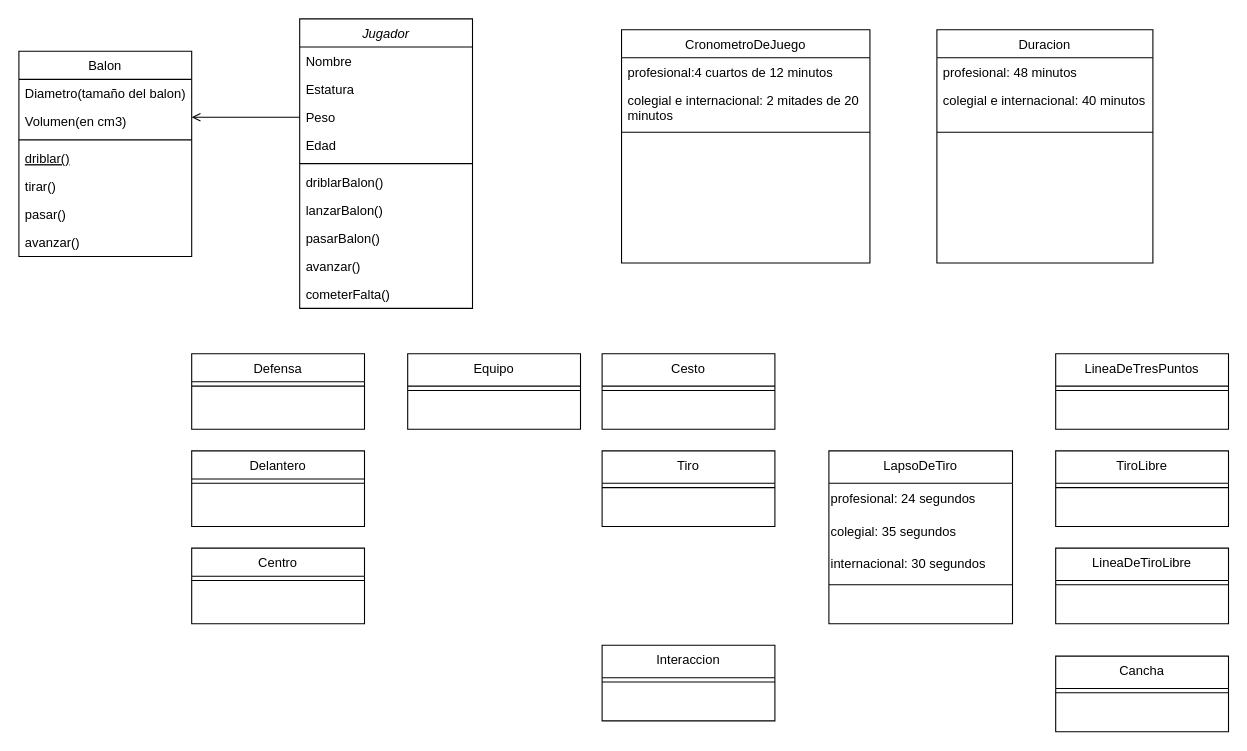
The draw.io diagram EjercicioBaloncesto.drawio in andresseconds/DiagramasUML, before the edit. Source tidied: cells renumbered, new cells numbered last; positions are measured from the earlier drawing's top-left corner, leaving out a move shared by most shapes. Both pictures are drawn from the tidied source at 108%, with x=0, y=0 at pixel (18, 18).
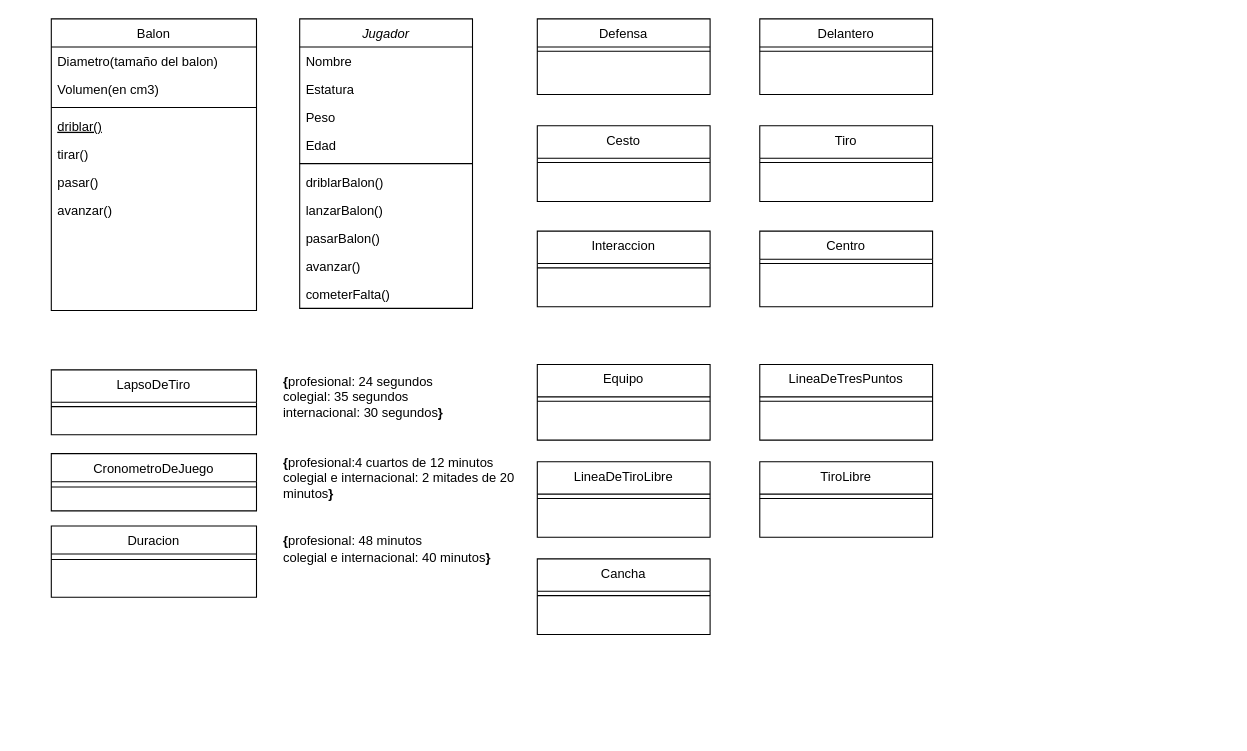
The same diagram, later.

The change refers to these unchanged cells:
```xml
<mxCell id="5" value="Peso" style="text;align=left;verticalAlign=top;spacingLeft=4;spacingRight=4;overflow=hidden;points=[[0,0.5],[1,0.5]];portConstraint=eastwest;rounded=0;shadow=0;html=0;" parent="2" vertex="1">
  <mxGeometry y="78" width="160" height="26" as="geometry" />
</mxCell>
```

What changed in the source:
```diff
@@
     <mxCell id="13" value="Defensa" style="swimlane;fontStyle=0;align=center;verticalAlign=top;horizontal=1;startSize=26;rounded=0;shadow=0;strokeWidth=1;" parent="1" vertex="1">
-      <mxGeometry x="160" y="310" width="160" height="70" as="geometry" />
+      <mxGeometry x="480" width="160" height="70" as="geometry" />
     </mxCell>
@@
     <mxCell id="15" value="Equipo" style="swimlane;fontStyle=0;align=center;verticalAlign=top;horizontal=1;startSize=30;rounded=0;shadow=0;strokeWidth=1;" parent="1" vertex="1">
-      <mxGeometry x="360" y="310" width="160" height="70" as="geometry" />
+      <mxGeometry x="480" y="320" width="160" height="70" as="geometry" />
     </mxCell>
@@
     <mxCell id="17" value="Duracion" style="swimlane;fontStyle=0;align=center;verticalAlign=top;horizontal=1;startSize=26;rounded=0;shadow=0;strokeWidth=1;" parent="1" vertex="1">
-      <mxGeometry x="850" y="10" width="200" height="216" as="geometry" />
+      <mxGeometry x="30" y="469.5" width="190" height="66" as="geometry" />
     </mxCell>
-    <mxCell id="18" value="profesional: 48 minutos" style="text;align=left;verticalAlign=top;spacingLeft=4;spacingRight=4;overflow=hidden;" parent="17" vertex="1">
-      <mxGeometry y="26" width="200" height="26" as="geometry" />
-    </mxCell>
-    <mxCell id="19" value="colegial e internacional: 40 minutos" style="text;align=left;verticalAlign=top;spacingLeft=4;spacingRight=4;overflow=hidden;rounded=0;shadow=0;html=0;" parent="17" vertex="1">
-      <mxGeometry y="52" width="200" height="38" as="geometry" />
-    </mxCell>
     <mxCell id="20" style="line;html=1;strokeWidth=1;align=left;verticalAlign=middle;spacingTop=-1;spacingLeft=3;spacingRight=3;labelPosition=right;" parent="17" vertex="1">
-      <mxGeometry y="90" width="200" height="10" as="geometry" />
+      <mxGeometry y="26" width="190" height="10" as="geometry" />
     </mxCell>
     <mxCell id="21" value="Balon" style="swimlane;fontStyle=0;align=center;verticalAlign=top;horizontal=1;startSize=26;rounded=0;shadow=0;strokeWidth=1;" parent="1" vertex="1">
-      <mxGeometry y="30" width="160" height="190" as="geometry" />
+      <mxGeometry x="30" width="190" height="270" as="geometry" />
     </mxCell>
     <mxCell id="22" value="Diametro(tamaño del balon)" style="text;align=left;verticalAlign=top;spacingLeft=4;spacingRight=4;overflow=hidden;" parent="21" vertex="1">
-      <mxGeometry y="26" width="160" height="26" as="geometry" />
+      <mxGeometry y="26" width="190" height="26" as="geometry" />
     </mxCell>
     <mxCell id="23" value="Volumen(en cm3)" style="text;align=left;verticalAlign=top;spacingLeft=4;spacingRight=4;overflow=hidden;points=[[0,0.5],[1,0.5]];portConstraint=eastwest;rounded=0;shadow=0;html=0;" parent="21" vertex="1">
-      <mxGeometry y="52" width="160" height="26" as="geometry" />
+      <mxGeometry y="52" width="190" height="26" as="geometry" />
     </mxCell>
     <mxCell id="24" style="line;html=1;strokeWidth=1;align=left;verticalAlign=middle;spacingTop=-1;spacingLeft=3;spacingRight=3;labelPosition=right;" parent="21" vertex="1">
-      <mxGeometry y="78" width="160" height="8" as="geometry" />
+      <mxGeometry y="78" width="190" height="8" as="geometry" />
     </mxCell>
     <mxCell id="25" value="driblar()" style="text;align=left;verticalAlign=top;spacingLeft=4;spacingRight=4;overflow=hidden;fontStyle=4;" parent="21" vertex="1">
-      <mxGeometry y="86" width="160" height="26" as="geometry" />
+      <mxGeometry y="86" width="190" height="26" as="geometry" />
     </mxCell>
     <mxCell id="26" value="tirar()" style="text;align=left;verticalAlign=top;spacingLeft=4;spacingRight=4;overflow=hidden;" parent="21" vertex="1">
-      <mxGeometry y="112" width="160" height="26" as="geometry" />
+      <mxGeometry y="112" width="190" height="26" as="geometry" />
     </mxCell>
     <mxCell id="27" value="pasar()" style="text;align=left;verticalAlign=top;spacingLeft=4;spacingRight=4;overflow=hidden;" parent="21" vertex="1">
-      <mxGeometry y="138" width="160" height="26" as="geometry" />
+      <mxGeometry y="138" width="190" height="26" as="geometry" />
     </mxCell>
     <mxCell id="28" value="avanzar()" style="text;align=left;verticalAlign=top;spacingLeft=4;spacingRight=4;overflow=hidden;" parent="21" vertex="1">
-      <mxGeometry y="164" width="160" height="26" as="geometry" />
+      <mxGeometry y="164" width="190" height="26" as="geometry" />
     </mxCell>
-    <mxCell id="29" style="edgeStyle=orthogonalEdgeStyle;rounded=0;jettySize=auto;html=1;entryX=1;entryY=0.346;entryDx=0;entryDy=0;entryPerimeter=0;endArrow=open;endFill=0;targetPerimeterSpacing=0;" parent="1" edge="1" source="5" target="23">
-      <mxGeometry relative="1" as="geometry" />
-    </mxCell>
     <mxCell id="30" value="Cesto" style="swimlane;fontStyle=0;align=center;verticalAlign=top;horizontal=1;startSize=30;rounded=0;shadow=0;strokeWidth=1;" parent="1" vertex="1">
-      <mxGeometry x="540" y="310" width="160" height="70" as="geometry" />
+      <mxGeometry x="480" y="99" width="160" height="70" as="geometry" />
     </mxCell>
@@
     <mxCell id="32" value="Centro" style="swimlane;fontStyle=0;align=center;verticalAlign=top;horizontal=1;startSize=26;rounded=0;shadow=0;strokeWidth=1;" parent="1" vertex="1">
-      <mxGeometry x="160" y="490" width="160" height="70" as="geometry" />
+      <mxGeometry x="686" y="196.5" width="160" height="70" as="geometry" />
     </mxCell>
@@
     <mxCell id="34" value="Delantero" style="swimlane;fontStyle=0;align=center;verticalAlign=top;horizontal=1;startSize=26;rounded=0;shadow=0;strokeWidth=1;" parent="1" vertex="1">
-      <mxGeometry x="160" y="400" width="160" height="70" as="geometry" />
+      <mxGeometry x="686" width="160" height="70" as="geometry" />
     </mxCell>
@@
     <mxCell id="36" value="Tiro" style="swimlane;fontStyle=0;align=center;verticalAlign=top;horizontal=1;startSize=30;rounded=0;shadow=0;strokeWidth=1;" parent="1" vertex="1">
-      <mxGeometry x="540" y="400" width="160" height="70" as="geometry" />
+      <mxGeometry x="686" y="99" width="160" height="70" as="geometry" />
     </mxCell>
@@
     <mxCell id="38" value="Interaccion" style="swimlane;fontStyle=0;align=center;verticalAlign=top;horizontal=1;startSize=30;rounded=0;shadow=0;strokeWidth=1;" parent="1" vertex="1">
-      <mxGeometry x="540" y="580" width="160" height="70" as="geometry" />
+      <mxGeometry x="480" y="196.5" width="160" height="70" as="geometry" />
     </mxCell>
@@
     <mxCell id="40" value="LapsoDeTiro" style="swimlane;fontStyle=0;align=center;verticalAlign=top;horizontal=1;startSize=30;rounded=0;shadow=0;strokeWidth=1;" parent="1" vertex="1">
-      <mxGeometry x="750" y="400" width="170" height="160" as="geometry" />
+      <mxGeometry x="30" y="325" width="190" height="60" as="geometry" />
     </mxCell>
-    <mxCell id="41" value="profesional: 24 segundos" style="text;html=1;align=left;verticalAlign=middle;strokeColor=none;fillColor=none;" parent="40" vertex="1">
-      <mxGeometry y="30" width="170" height="30" as="geometry" />
-    </mxCell>
-    <mxCell id="42" value="colegial: 35 segundos" style="text;html=1;align=left;verticalAlign=middle;strokeColor=none;fillColor=none;" parent="40" vertex="1">
-      <mxGeometry y="60" width="170" height="30" as="geometry" />
-    </mxCell>
-    <mxCell id="43" value="internacional: 30 segundos" style="text;html=1;align=left;verticalAlign=middle;strokeColor=none;fillColor=none;" parent="40" vertex="1">
-      <mxGeometry y="90" width="170" height="30" as="geometry" />
-    </mxCell>
     <mxCell id="44" style="line;html=1;strokeWidth=1;align=left;verticalAlign=middle;spacingTop=-1;spacingLeft=3;spacingRight=3;labelPosition=right;" parent="40" vertex="1">
-      <mxGeometry y="120" width="170" height="8" as="geometry" />
+      <mxGeometry y="30" width="190" height="8" as="geometry" />
     </mxCell>
     <mxCell id="45" value="CronometroDeJuego" style="swimlane;fontStyle=0;align=center;verticalAlign=top;horizontal=1;startSize=26;rounded=0;shadow=0;strokeWidth=1;" parent="1" vertex="1">
-      <mxGeometry x="558" y="10" width="230" height="216" as="geometry" />
+      <mxGeometry x="30" y="402.5" width="190" height="53" as="geometry" />
     </mxCell>
-    <mxCell id="46" value="profesional:4 cuartos de 12 minutos" style="text;align=left;verticalAlign=top;spacingLeft=4;spacingRight=4;overflow=hidden;" parent="45" vertex="1">
-      <mxGeometry y="26" width="230" height="26" as="geometry" />
-    </mxCell>
-    <mxCell id="47" value="colegial e internacional: 2 mitades de 20&#10;minutos" style="text;align=left;verticalAlign=top;spacingLeft=4;spacingRight=4;overflow=hidden;rounded=0;shadow=0;html=0;" parent="45" vertex="1">
-      <mxGeometry y="52" width="230" height="38" as="geometry" />
-    </mxCell>
     <mxCell id="48" style="line;html=1;strokeWidth=1;align=left;verticalAlign=middle;spacingTop=-1;spacingLeft=3;spacingRight=3;labelPosition=right;" parent="45" vertex="1">
-      <mxGeometry y="90" width="230" height="10" as="geometry" />
+      <mxGeometry y="26" width="190" height="10" as="geometry" />
     </mxCell>
     <mxCell id="49" value="LineaDeTresPuntos" style="swimlane;fontStyle=0;align=center;verticalAlign=top;horizontal=1;startSize=30;rounded=0;shadow=0;strokeWidth=1;" parent="1" vertex="1">
-      <mxGeometry x="960" y="310" width="160" height="70" as="geometry" />
+      <mxGeometry x="686" y="320" width="160" height="70" as="geometry" />
     </mxCell>
@@
     <mxCell id="51" value="Cancha" style="swimlane;fontStyle=0;align=center;verticalAlign=top;horizontal=1;startSize=30;rounded=0;shadow=0;strokeWidth=1;" parent="1" vertex="1">
-      <mxGeometry x="960" y="590" width="160" height="70" as="geometry" />
+      <mxGeometry x="480" y="500" width="160" height="70" as="geometry" />
     </mxCell>
@@
     <mxCell id="53" value="LineaDeTiroLibre" style="swimlane;fontStyle=0;align=center;verticalAlign=top;horizontal=1;startSize=30;rounded=0;shadow=0;strokeWidth=1;" parent="1" vertex="1">
-      <mxGeometry x="960" y="490" width="160" height="70" as="geometry" />
+      <mxGeometry x="480" y="410" width="160" height="70" as="geometry" />
     </mxCell>
@@
     <mxCell id="55" value="TiroLibre" style="swimlane;fontStyle=0;align=center;verticalAlign=top;horizontal=1;startSize=30;rounded=0;shadow=0;strokeWidth=1;" parent="1" vertex="1">
-      <mxGeometry x="960" y="400" width="160" height="70" as="geometry" />
+      <mxGeometry x="686" y="410" width="160" height="70" as="geometry" />
     </mxCell>
@@
+    <mxCell id="57" value="{&lt;span style=&quot;font-weight: 400;&quot;&gt;profesional: 24 segundos&lt;br&gt;&lt;/span&gt;&lt;div&gt;&lt;span style=&quot;font-weight: 400; background-color: transparent; color: light-dark(rgb(0, 0, 0), rgb(255, 255, 255));&quot;&gt;colegial: 35 segundos&lt;/span&gt;&lt;/div&gt;&lt;div&gt;&lt;span style=&quot;font-weight: 400; background-color: transparent; color: light-dark(rgb(0, 0, 0), rgb(255, 255, 255));&quot;&gt;internacional: 30 segundos&lt;/span&gt;}&lt;/div&gt;" style="text;align=left;fontStyle=1;verticalAlign=middle;spacingLeft=3;spacingRight=3;strokeColor=none;html=1;" parent="1" vertex="1">
+      <mxGeometry x="240" y="315" width="170" height="70" as="geometry" />
+    </mxCell>
+    <mxCell id="58" value="{&lt;span style=&quot;font-weight: 400;&quot;&gt;profesional:4 cuartos de 12 minutos&lt;br&gt;&lt;/span&gt;&lt;span style=&quot;font-weight: 400;&quot;&gt;colegial e internacional: 2 mitades de 20&lt;/span&gt;&lt;br style=&quot;padding: 0px; margin: 0px; font-weight: 400;&quot;&gt;&lt;div&gt;&lt;span style=&quot;font-weight: 400; background-color: transparent; color: light-dark(rgb(0, 0, 0), rgb(255, 255, 255));&quot;&gt;minutos&lt;/span&gt;&lt;span style=&quot;background-color: transparent; color: light-dark(rgb(0, 0, 0), rgb(255, 255, 255));&quot;&gt;}&lt;/span&gt;&lt;/div&gt;" style="text;align=left;fontStyle=1;verticalAlign=middle;spacingLeft=3;spacingRight=3;strokeColor=none;html=1;" parent="1" vertex="1">
+      <mxGeometry x="240" y="390" width="170" height="70" as="geometry" />
+    </mxCell>
+    <mxCell id="59" value="{&lt;span style=&quot;font-weight: 400;&quot;&gt;profesional: 48 minutos&lt;br&gt;&lt;/span&gt;&lt;div&gt;&lt;span style=&quot;font-weight: 400; background-color: transparent; color: light-dark(rgb(0, 0, 0), rgb(255, 255, 255));&quot;&gt;colegial e internacional: 40 minutos&lt;/span&gt;&lt;span style=&quot;background-color: transparent; color: light-dark(rgb(0, 0, 0), rgb(255, 255, 255));&quot;&gt;}&lt;/span&gt;&lt;/div&gt;" style="text;align=left;fontStyle=1;verticalAlign=middle;spacingLeft=3;spacingRight=3;strokeColor=none;html=1;" parent="1" vertex="1">
+      <mxGeometry x="240" y="455.5" width="170" height="70" as="geometry" />
+    </mxCell>
```
